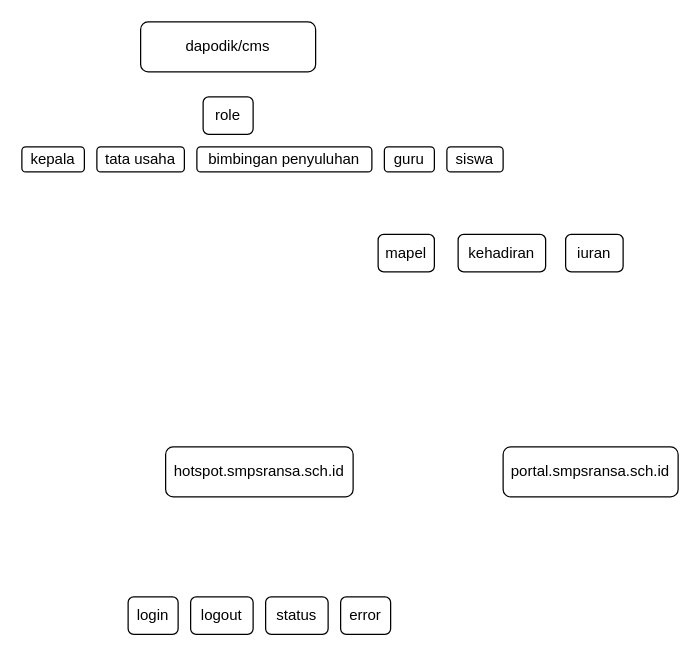
Before: Diagram Tanpa Judul.drawio in saristek/portal, a draw.io diagram. Source tidied: cells renumbered, new cells numbered last; positions are measured from the earlier drawing's top-left corner, leaving out a move shared by most shapes. Both pictures are drawn from the tidied source at 125%, with x=0, y=0 at pixel (21, 21).
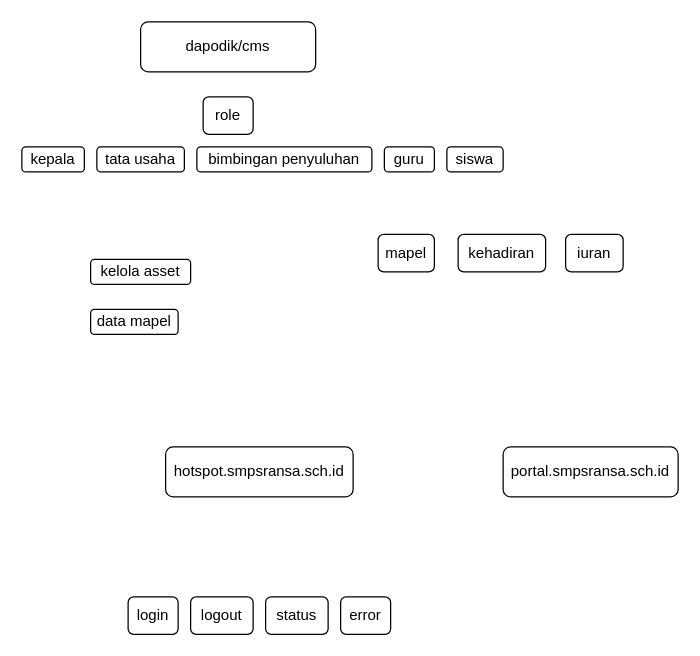
The same page after the edit.

What changed in the source:
```diff
@@
+    <mxCell id="19" value="kelola asset" style="rounded=1;whiteSpace=wrap;html=1;" parent="1" vertex="1">
+      <mxGeometry x="55" y="190" width="80" height="20" as="geometry" />
+    </mxCell>
+    <mxCell id="20" value="data mapel" style="rounded=1;whiteSpace=wrap;html=1;" parent="1" vertex="1">
+      <mxGeometry x="55" y="230" width="70" height="20" as="geometry" />
+    </mxCell>
```
